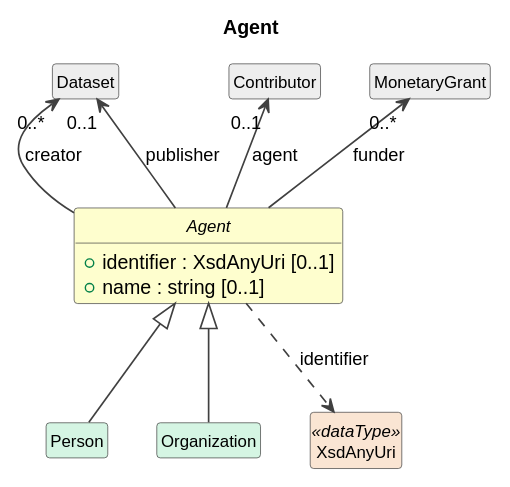
Earlier version of the PlantUML export build/field-level-documentation/CDIFCore/Classes/Agent.svg (Cross-Domain-Interoperability-Framework/metadataBuildingBlocks).
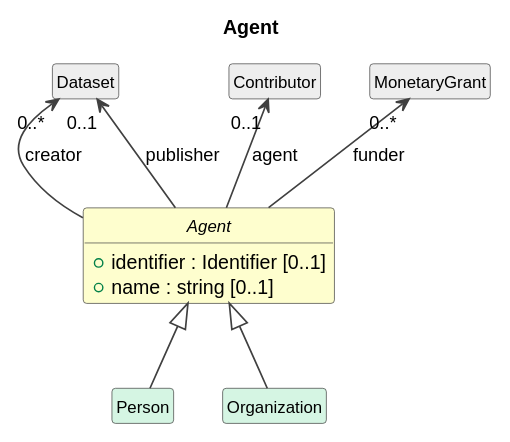
The same file after the commit.

What changed in the source:
```diff
@@ -11,7 +11,7 @@
 }
 
 abstract class "Agent" as Agent #FEFECE {
-  +identifier : XsdAnyUri [0..1]
+  +identifier : Identifier [0..1]
   +name : string [0..1]
 }
 class "Person" as Person #D5F5E3
@@ -25,6 +25,4 @@
 Contributor "0..1" <-- Agent : agent
 class "MonetaryGrant" as MonetaryGrant #EEEEEE
 MonetaryGrant "0..*" <-- Agent : funder
-class "XsdAnyUri" as XsdAnyUri <<dataType>> #FAE5D3
-Agent ..> XsdAnyUri : identifier
 @enduml
```
